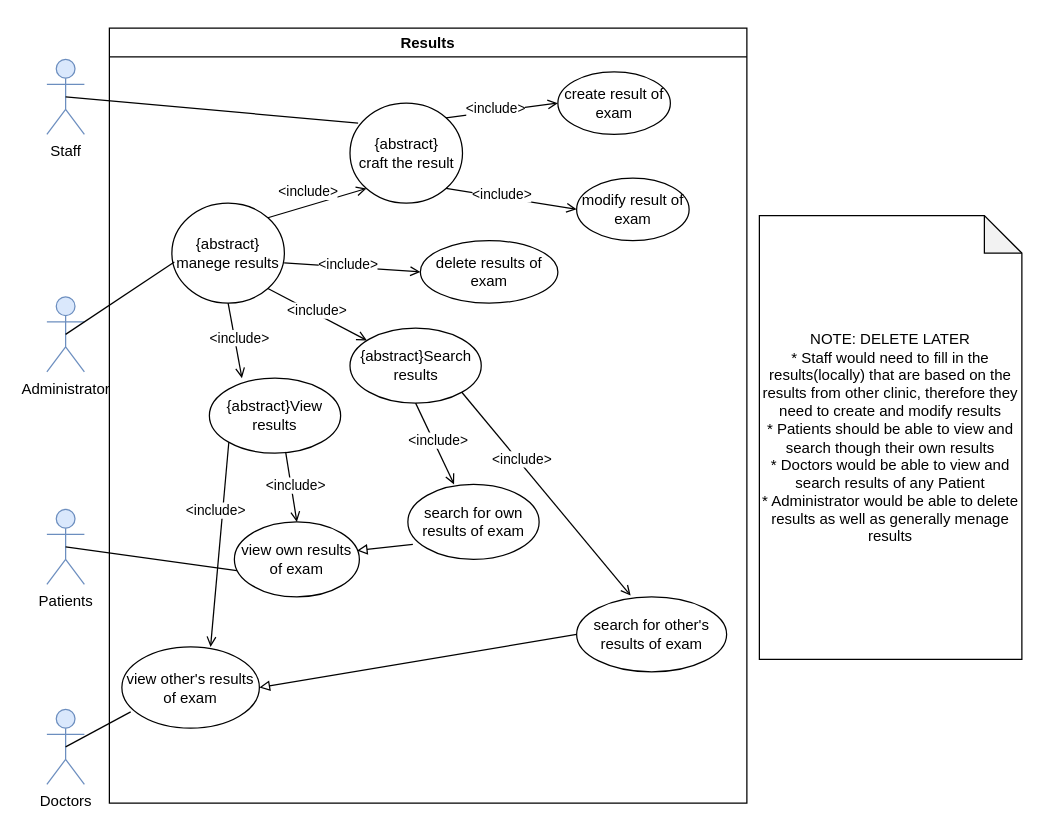
The draw.io diagram results.drawio in IndecentTulip/Online-Health-Monitoring-System, before the edit. Source tidied: cells renumbered, new cells numbered last; positions are measured from the earlier drawing's top-left corner, leaving out a move shared by most shapes. Both pictures are drawn from the tidied source at 125%, with x=0, y=0 at pixel (46, 28).
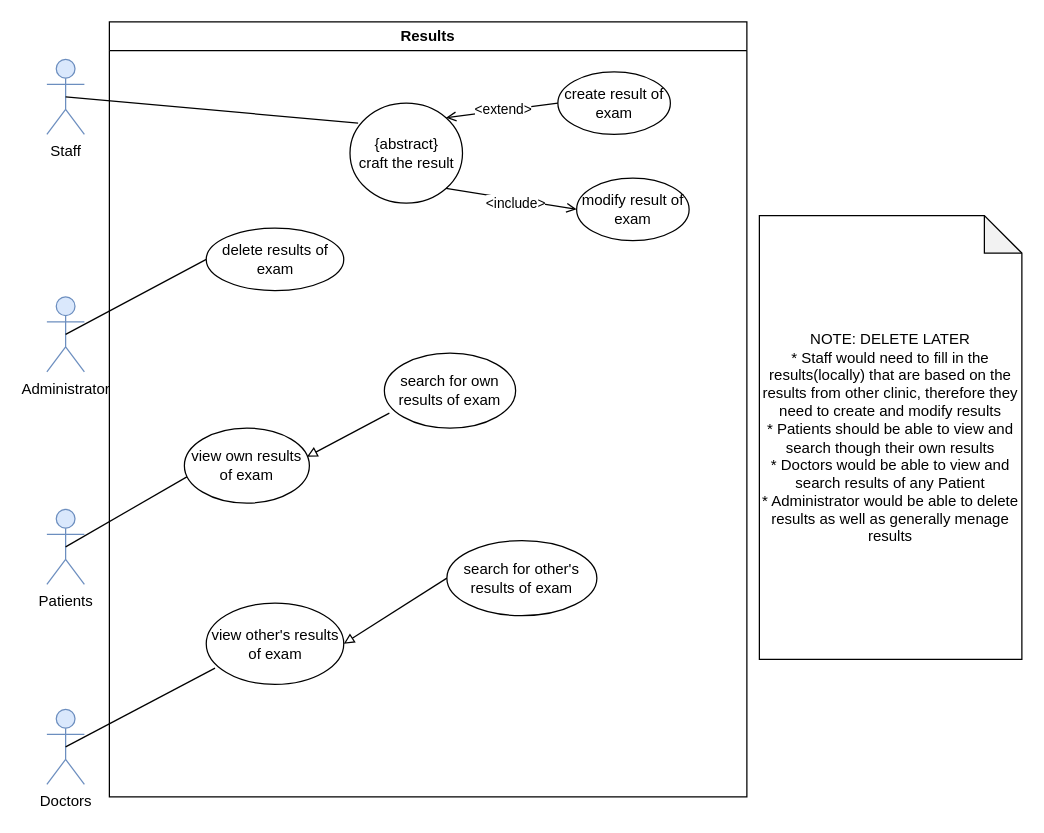
Above is the later version.

The change refers to these unchanged cells:
```xml
<mxCell id="2" value="create result of exam" style="ellipse;whiteSpace=wrap;html=1;" parent="1" vertex="1">
  <mxGeometry x="408.8" y="35" width="90" height="50" as="geometry" />
</mxCell>
<mxCell id="5" value="{abstract}&lt;br&gt;craft the result" style="ellipse;whiteSpace=wrap;html=1;" parent="1" vertex="1">
  <mxGeometry x="242.5" y="60" width="90" height="80" as="geometry" />
</mxCell>
<mxCell id="19" style="endArrow=open;html=1;rounded=0;endFill=0;exitX=1;exitY=1;exitDx=0;exitDy=0;entryX=0;entryY=0.5;entryDx=0;entryDy=0;" parent="1" edge="1" source="5" target="24">
  <mxGeometry relative="1" as="geometry" />
</mxCell>
```

Diff of the diagram source:
```diff
@@
-    <mxCell id="3" value="search for own results of exam" style="ellipse;whiteSpace=wrap;html=1;" parent="1" vertex="1">
-      <mxGeometry x="288.8" y="365" width="105" height="60" as="geometry" />
-    </mxCell>
-    <mxCell id="4" value="delete results of exam" style="ellipse;whiteSpace=wrap;html=1;" parent="1" vertex="1">
-      <mxGeometry x="298.8" y="170" width="110" height="50" as="geometry" />
-    </mxCell>
@@
-    <mxCell id="6" value="{abstract}&lt;br&gt;manege results" style="ellipse;whiteSpace=wrap;html=1;" parent="1" vertex="1">
-      <mxGeometry x="100" y="140" width="90" height="80" as="geometry" />
-    </mxCell>
-    <mxCell id="7" style="endArrow=open;html=1;rounded=0;entryX=0;entryY=1;entryDx=0;entryDy=0;endFill=0;exitX=1;exitY=0;exitDx=0;exitDy=0;" parent="1" edge="1" source="6" target="5">
-      <mxGeometry relative="1" as="geometry" />
-    </mxCell>
-    <mxCell id="8" value="&amp;lt;include&amp;gt;" style="edgeLabel;html=1;align=center;verticalAlign=middle;" parent="7" vertex="1">
-      <mxGeometry x="-0.21" y="-2" relative="1" as="geometry">
-        <mxPoint y="-14" as="offset" />
-      </mxGeometry>
-    </mxCell>
-    <mxCell id="9" value="view other's results of exam" style="ellipse;whiteSpace=wrap;html=1;" parent="1" vertex="1">
-      <mxGeometry x="60" y="495" width="110" height="65" as="geometry" />
-    </mxCell>
-    <mxCell id="10" value="search for other's results of exam" style="ellipse;whiteSpace=wrap;html=1;" parent="1" vertex="1">
-      <mxGeometry x="423.8" y="455" width="120" height="60" as="geometry" />
-    </mxCell>
-    <mxCell id="11" value="{abstract}Search results" style="ellipse;whiteSpace=wrap;html=1;" parent="1" vertex="1">
-      <mxGeometry x="242.5" y="240" width="105" height="60" as="geometry" />
-    </mxCell>
-    <mxCell id="12" style="endArrow=open;html=1;rounded=0;endFill=0;exitX=1;exitY=1;exitDx=0;exitDy=0;" parent="1" edge="1" source="6" target="11">
-      <mxGeometry relative="1" as="geometry" />
-    </mxCell>
-    <mxCell id="13" value="&amp;lt;include&amp;gt;" style="edgeLabel;html=1;align=center;verticalAlign=middle;" parent="12" vertex="1">
-      <mxGeometry x="-0.06" y="3" relative="1" as="geometry" />
-    </mxCell>
-    <mxCell id="14" value="view own results of exam" style="ellipse;whiteSpace=wrap;html=1;" parent="1" vertex="1">
-      <mxGeometry x="150" y="395" width="100" height="60" as="geometry" />
-    </mxCell>
-    <mxCell id="15" style="endArrow=open;html=1;rounded=0;endFill=0;exitX=0.998;exitY=0.597;exitDx=0;exitDy=0;entryX=0;entryY=0.5;entryDx=0;entryDy=0;exitPerimeter=0;" parent="1" edge="1" source="6" target="4">
-      <mxGeometry relative="1" as="geometry" />
-    </mxCell>
-    <mxCell id="16" value="&amp;lt;include&amp;gt;" style="edgeLabel;html=1;align=center;verticalAlign=middle;" parent="15" vertex="1">
-      <mxGeometry x="-0.06" y="3" relative="1" as="geometry" />
-    </mxCell>
-    <mxCell id="17" style="endArrow=open;html=1;rounded=0;exitX=1;exitY=0;exitDx=0;exitDy=0;entryX=0;entryY=0.5;entryDx=0;entryDy=0;endFill=0;" parent="1" edge="1" source="5" target="2">
+    <mxCell id="17" style="endArrow=none;html=1;rounded=0;exitX=1;exitY=0;exitDx=0;exitDy=0;entryX=0;entryY=0.5;entryDx=0;entryDy=0;endFill=0;startArrow=open;startFill=0;" parent="1" edge="1" source="5" target="2">
       <mxGeometry relative="1" as="geometry" />
     </mxCell>
-    <mxCell id="18" value="&amp;lt;include&amp;gt;" style="edgeLabel;html=1;align=center;verticalAlign=middle;" parent="17" vertex="1">
+    <mxCell id="18" value="&amp;lt;extend&amp;gt;" style="edgeLabel;html=1;align=center;verticalAlign=middle;" parent="17" vertex="1">
       <mxGeometry x="-0.13" y="-5" relative="1" as="geometry">
-        <mxPoint y="-8" as="offset" />
+        <mxPoint x="6" y="-7" as="offset" />
       </mxGeometry>
     </mxCell>
@@
     <mxCell id="20" value="&amp;lt;include&amp;gt;" style="edgeLabel;html=1;align=center;verticalAlign=middle;" parent="19" vertex="1">
       <mxGeometry x="-0.13" y="-5" relative="1" as="geometry">
-        <mxPoint y="-8" as="offset" />
+        <mxPoint x="11" y="-1" as="offset" />
       </mxGeometry>
     </mxCell>
-    <mxCell id="21" value="{abstract}View results" style="ellipse;whiteSpace=wrap;html=1;" parent="1" vertex="1">
-      <mxGeometry x="130" y="280" width="105" height="60" as="geometry" />
-    </mxCell>
-    <mxCell id="22" style="endArrow=open;html=1;rounded=0;entryX=0.248;entryY=0;entryDx=0;entryDy=0;endFill=0;exitX=0.5;exitY=1;exitDx=0;exitDy=0;entryPerimeter=0;" parent="1" edge="1" source="6" target="21">
-      <mxGeometry relative="1" as="geometry" />
-    </mxCell>
-    <mxCell id="23" value="&amp;lt;include&amp;gt;" style="edgeLabel;html=1;align=center;verticalAlign=middle;" parent="22" vertex="1">
-      <mxGeometry x="-0.06" y="3" relative="1" as="geometry" />
-    </mxCell>
@@
-    <mxCell id="30" style="endArrow=none;html=1;rounded=0;exitX=0.5;exitY=0.5;exitDx=0;exitDy=0;exitPerimeter=0;entryX=0.022;entryY=0.588;entryDx=0;entryDy=0;entryPerimeter=0;" parent="1" edge="1" target="6">
+    <mxCell id="30" style="endArrow=none;html=1;rounded=0;exitX=0.5;exitY=0.5;exitDx=0;exitDy=0;exitPerimeter=0;entryX=0;entryY=0.5;entryDx=0;entryDy=0;" parent="1" edge="1" target="4">
       <mxGeometry relative="1" as="geometry">
         <mxPoint x="15" y="245" as="sourcePoint" />
       </mxGeometry>
     </mxCell>
@@
-    <mxCell id="32" style="endArrow=none;html=1;rounded=0;entryX=0.038;entryY=0.8;entryDx=0;entryDy=0;exitX=0.98;exitY=0.383;exitDx=0;exitDy=0;exitPerimeter=0;entryPerimeter=0;startArrow=block;startFill=0;" parent="1" edge="1" source="14" target="3">
-      <mxGeometry relative="1" as="geometry" />
-    </mxCell>
-    <mxCell id="33" style="endArrow=none;html=1;rounded=0;entryX=0;entryY=0.5;entryDx=0;entryDy=0;exitX=1;exitY=0.5;exitDx=0;exitDy=0;startArrow=block;startFill=0;" parent="1" edge="1" source="9" target="10">
-      <mxGeometry relative="1" as="geometry" />
-    </mxCell>
-    <mxCell id="34" style="endArrow=open;html=1;rounded=0;entryX=0.5;entryY=0;entryDx=0;entryDy=0;endFill=0;exitX=0.581;exitY=0.983;exitDx=0;exitDy=0;exitPerimeter=0;" parent="1" edge="1" source="21" target="14">
-      <mxGeometry relative="1" as="geometry" />
-    </mxCell>
-    <mxCell id="35" value="&amp;lt;include&amp;gt;" style="edgeLabel;html=1;align=center;verticalAlign=middle;" parent="34" vertex="1">
-      <mxGeometry x="-0.06" y="3" relative="1" as="geometry" />
-    </mxCell>
-    <mxCell id="36" style="endArrow=open;html=1;rounded=0;entryX=0.645;entryY=0;entryDx=0;entryDy=0;endFill=0;exitX=0;exitY=1;exitDx=0;exitDy=0;entryPerimeter=0;" parent="1" edge="1" source="21" target="9">
-      <mxGeometry relative="1" as="geometry" />
-    </mxCell>
-    <mxCell id="37" value="&amp;lt;include&amp;gt;" style="edgeLabel;html=1;align=center;verticalAlign=middle;" parent="36" vertex="1">
-      <mxGeometry x="-0.06" y="3" relative="1" as="geometry">
-        <mxPoint x="-7" y="-23" as="offset" />
-      </mxGeometry>
-    </mxCell>
-    <mxCell id="38" style="endArrow=open;html=1;rounded=0;endFill=0;exitX=0.5;exitY=1;exitDx=0;exitDy=0;entryX=0.352;entryY=0;entryDx=0;entryDy=0;entryPerimeter=0;" parent="1" edge="1" source="11" target="3">
-      <mxGeometry relative="1" as="geometry" />
-    </mxCell>
-    <mxCell id="39" value="&amp;lt;include&amp;gt;" style="edgeLabel;html=1;align=center;verticalAlign=middle;" parent="38" vertex="1">
-      <mxGeometry x="-0.06" y="3" relative="1" as="geometry" />
-    </mxCell>
-    <mxCell id="40" style="endArrow=open;html=1;rounded=0;endFill=0;exitX=1;exitY=1;exitDx=0;exitDy=0;entryX=0.36;entryY=-0.017;entryDx=0;entryDy=0;entryPerimeter=0;" parent="1" edge="1" source="11" target="10">
-      <mxGeometry relative="1" as="geometry" />
-    </mxCell>
-    <mxCell id="41" value="&amp;lt;include&amp;gt;" style="edgeLabel;html=1;align=center;verticalAlign=middle;" parent="40" vertex="1">
-      <mxGeometry x="-0.06" y="3" relative="1" as="geometry">
-        <mxPoint x="-18" y="-21" as="offset" />
-      </mxGeometry>
-    </mxCell>
@@
     <mxCell id="43" value="Results" style="swimlane;whiteSpace=wrap;html=1;" parent="1" vertex="1">
-      <mxGeometry x="50" width="510" height="620" as="geometry" />
+      <mxGeometry x="50" y="-5" width="510" height="620" as="geometry" />
     </mxCell>
+    <mxCell id="3" value="search for own results of exam" style="ellipse;whiteSpace=wrap;html=1;" parent="43" vertex="1">
+      <mxGeometry x="220" y="265" width="105" height="60" as="geometry" />
+    </mxCell>
+    <mxCell id="4" value="delete results of exam" style="ellipse;whiteSpace=wrap;html=1;" parent="43" vertex="1">
+      <mxGeometry x="77.5" y="165" width="110" height="50" as="geometry" />
+    </mxCell>
+    <mxCell id="14" value="view own results of exam" style="ellipse;whiteSpace=wrap;html=1;" parent="43" vertex="1">
+      <mxGeometry x="60" y="325" width="100" height="60" as="geometry" />
+    </mxCell>
+    <mxCell id="32" style="endArrow=none;html=1;rounded=0;entryX=0.038;entryY=0.8;entryDx=0;entryDy=0;exitX=0.98;exitY=0.383;exitDx=0;exitDy=0;exitPerimeter=0;entryPerimeter=0;startArrow=block;startFill=0;" parent="43" edge="1" source="14" target="3">
+      <mxGeometry relative="1" as="geometry" />
+    </mxCell>
+    <mxCell id="9" value="view other's results of exam" style="ellipse;whiteSpace=wrap;html=1;" parent="43" vertex="1">
+      <mxGeometry x="77.5" y="465" width="110" height="65" as="geometry" />
+    </mxCell>
+    <mxCell id="10" value="search for other's results of exam" style="ellipse;whiteSpace=wrap;html=1;" parent="43" vertex="1">
+      <mxGeometry x="270" y="415" width="120" height="60" as="geometry" />
+    </mxCell>
+    <mxCell id="33" style="endArrow=none;html=1;rounded=0;entryX=0;entryY=0.5;entryDx=0;entryDy=0;exitX=1;exitY=0.5;exitDx=0;exitDy=0;startArrow=block;startFill=0;" parent="43" edge="1" source="9" target="10">
+      <mxGeometry relative="1" as="geometry" />
+    </mxCell>
```
